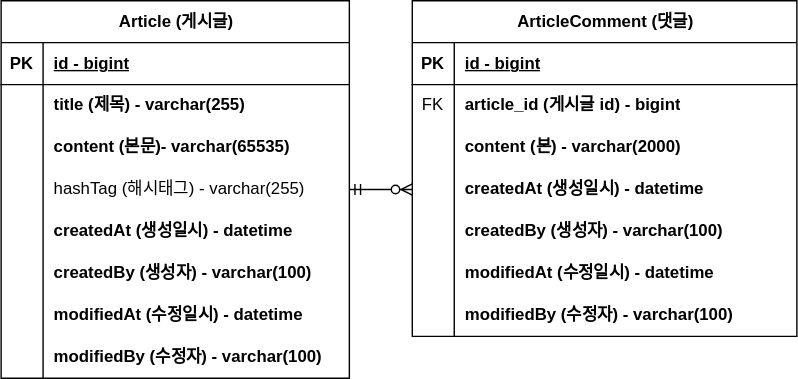
Earlier version of the draw.io export project-board-erd.svg (yoonmyungseok/fastcampus). Source tidied: cells renumbered, new cells last; positions are measured from the earlier drawing's top-left corner, leaving out a move shared by most shapes.
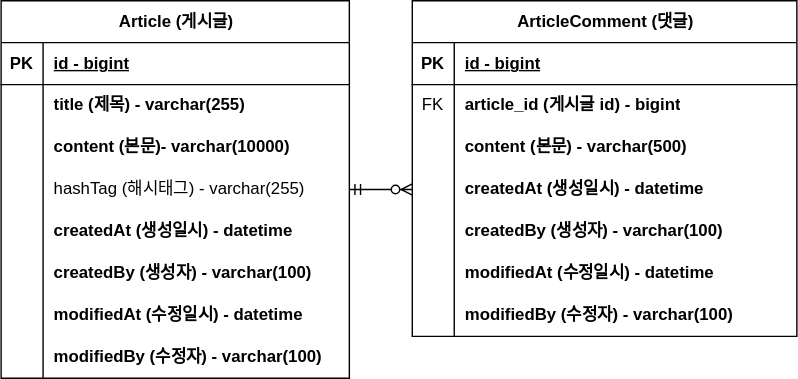
The same diagram one commit later.

Commit message:
#6 - erd 업데이트: content 사이즈 변경

What changed in the source:
```diff
@@ -29,7 +29,7 @@
     <mxCell id="10" style="shape=partialRectangle;fillColor=none;top=0;left=0;bottom=0;right=0;overflow=hidden;whiteSpace=wrap;html=1;" parent="9" vertex="1">
       <mxGeometry width="30" height="30" as="geometry" />
     </mxCell>
-    <mxCell id="11" value="content (본문)- varchar(65535)" style="shape=partialRectangle;fillColor=none;top=0;left=0;bottom=0;right=0;align=left;spacingLeft=6;overflow=hidden;whiteSpace=wrap;html=1;fontStyle=1;" parent="9" vertex="1">
+    <mxCell id="11" value="content (본문)- varchar(10000)" style="shape=partialRectangle;fillColor=none;top=0;left=0;bottom=0;right=0;align=left;spacingLeft=6;overflow=hidden;whiteSpace=wrap;html=1;fontStyle=1;" parent="9" vertex="1">
       <mxGeometry x="30" width="219" height="30" as="geometry" />
     </mxCell>
     <mxCell id="12" style="shape=tableRow;horizontal=0;startSize=0;swimlaneHead=0;swimlaneBody=0;fillColor=none;points=[[0,0.5],[1,0.5]];portConstraint=eastwest;top=0;left=0;right=0;bottom=0;" parent="2" vertex="1">
@@ -104,7 +104,7 @@
     <mxCell id="35" style="shape=partialRectangle;fillColor=none;top=0;left=0;bottom=0;right=0;overflow=hidden;whiteSpace=wrap;html=1;" parent="34" vertex="1">
       <mxGeometry width="30" height="30" as="geometry" />
     </mxCell>
-    <mxCell id="36" value="content (본) - varchar(2000)" style="shape=partialRectangle;fillColor=none;top=0;left=0;bottom=0;right=0;align=left;spacingLeft=6;overflow=hidden;whiteSpace=wrap;html=1;fontStyle=1;" parent="34" vertex="1">
+    <mxCell id="36" value="content (본문) - varchar(500)" style="shape=partialRectangle;fillColor=none;top=0;left=0;bottom=0;right=0;align=left;spacingLeft=6;overflow=hidden;whiteSpace=wrap;html=1;fontStyle=1;" parent="34" vertex="1">
       <mxGeometry x="30" width="245" height="30" as="geometry" />
     </mxCell>
     <mxCell id="37" style="shape=tableRow;horizontal=0;startSize=0;swimlaneHead=0;swimlaneBody=0;fillColor=none;points=[[0,0.5],[1,0.5]];portConstraint=eastwest;top=0;left=0;right=0;bottom=0;" parent="27" vertex="1">
```
